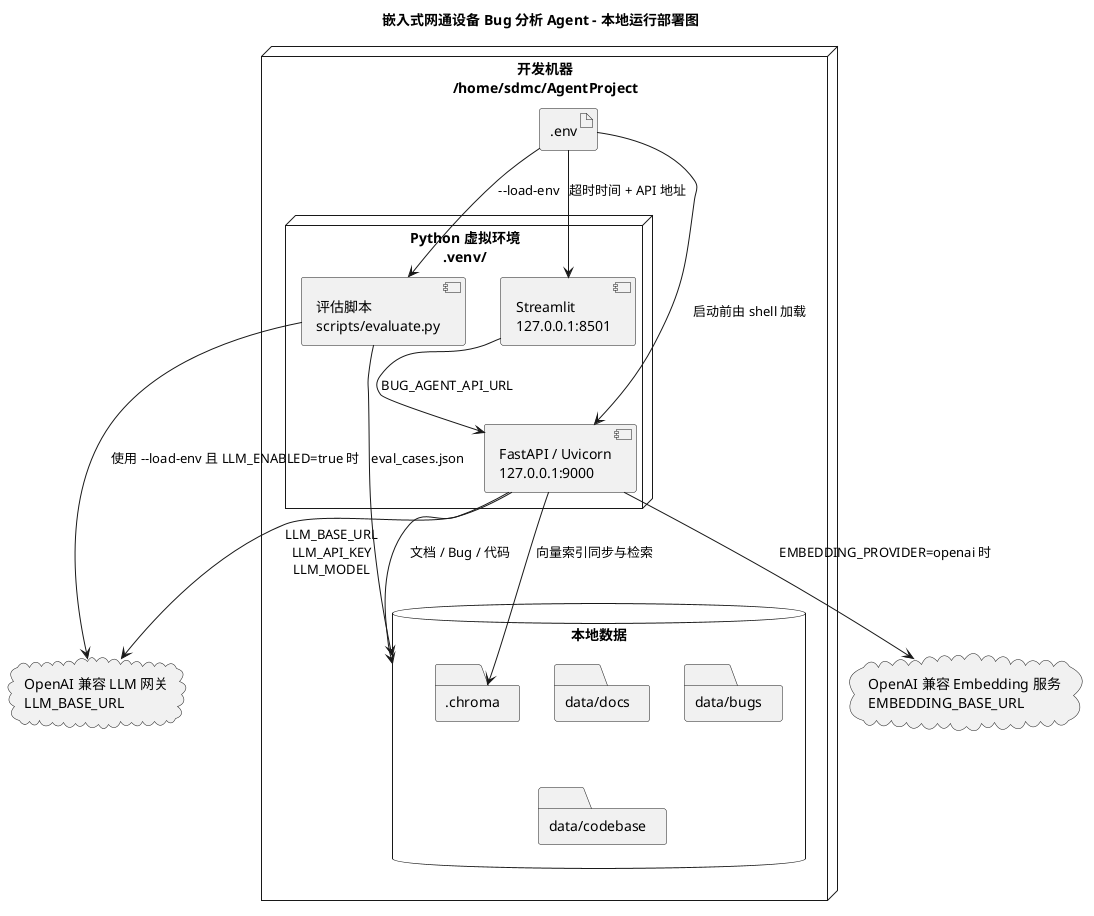
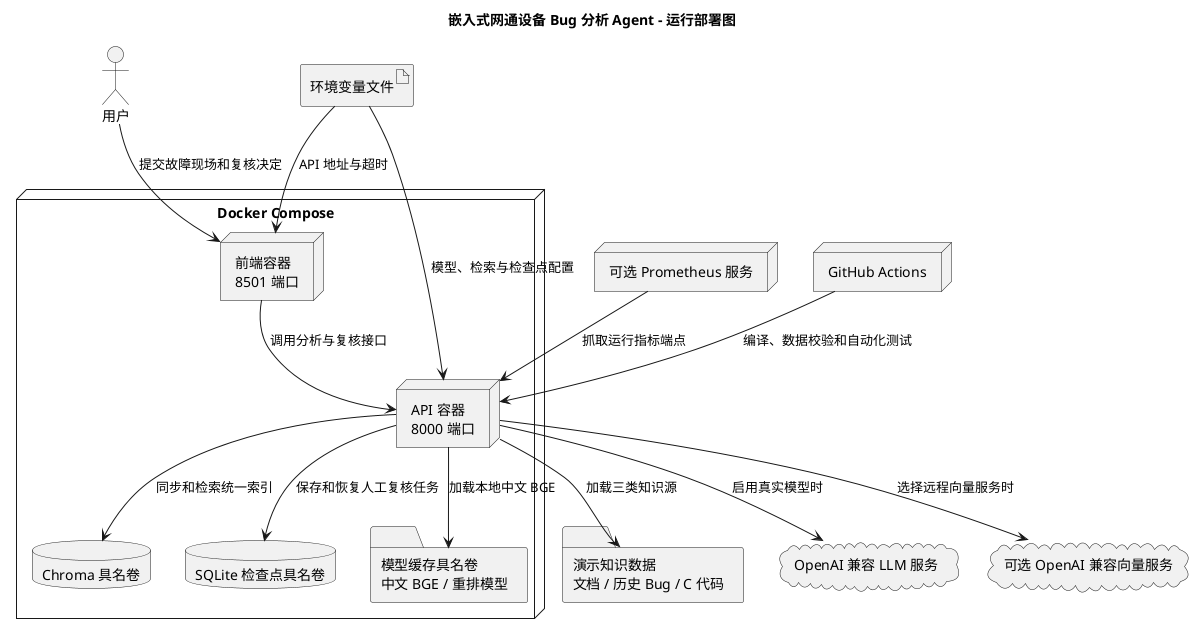
@startuml
- title 嵌入式网通设备 Bug 分析 Agent - 本地运行部署图
+ title 嵌入式网通设备 Bug 分析 Agent - 运行部署图

skinparam shadowing false
skinparam nodeStyle rectangle

- node "开发机器\n/home/sdmc/AgentProject" as Host {
-   artifact ".env" as Env
-   node "Python 虚拟环境\n.venv/" as Venv {
-     component "FastAPI / Uvicorn\n127.0.0.1:9000" as API
-     component "Streamlit\n127.0.0.1:8501" as UI
-     component "评估脚本\nscripts/evaluate.py" as Eval
-   }
+ actor "用户" as User
+ node "Docker Compose" as Compose {
+   node "API 容器\n8000 端口" as API
+   node "前端容器\n8501 端口" as UI
+   database "Chroma 具名卷" as Chroma
+   database "SQLite 检查点具名卷" as Checkpoint
+   folder "模型缓存具名卷\n中文 BGE / 重排模型" as Cache
+ }
+ folder "演示知识数据\n文档 / 历史 Bug / C 代码" as Data
+ artifact "环境变量文件" as Env
+ cloud "OpenAI 兼容 LLM 服务" as LLM
+ cloud "可选 OpenAI 兼容向量服务" as RemoteEmbedding
+ node "可选 Prometheus 服务" as Prometheus
+ node "GitHub Actions" as CI

-   database "本地数据" as Data {
-     folder "data/docs" as Docs
-     folder "data/bugs" as Bugs
-     folder "data/codebase" as Code
-     folder ".chroma" as Chroma
-   }
- }
- 
- cloud "OpenAI 兼容 LLM 网关\nLLM_BASE_URL" as Gateway
- cloud "OpenAI 兼容 Embedding 服务\nEMBEDDING_BASE_URL" as EmbeddingGateway
- 
- UI --> API : BUG_AGENT_API_URL
- API --> Gateway : LLM_BASE_URL\nLLM_API_KEY\nLLM_MODEL
- API --> EmbeddingGateway : EMBEDDING_PROVIDER=openai 时
- API --> Chroma : 向量索引同步与检索
- Eval --> Gateway : 使用 --load-env 且 LLM_ENABLED=true 时
- API --> Data : 文档 / Bug / 代码
- Eval --> Data : eval_cases.json
- Env --> API : 启动前由 shell 加载
- Env --> UI : 超时时间 + API 地址
- Env --> Eval : --load-env
- 
+ User --> UI : 提交故障现场和复核决定
+ UI --> API : 调用分析与复核接口
+ API --> Data : 加载三类知识源
+ API --> Chroma : 同步和检索统一索引
+ API --> Checkpoint : 保存和恢复人工复核任务
+ API --> Cache : 加载本地中文 BGE
+ API --> LLM : 启用真实模型时
+ API --> RemoteEmbedding : 选择远程向量服务时
+ Env --> API : 模型、检索与检查点配置
+ Env --> UI : API 地址与超时
+ Prometheus --> API : 抓取运行指标端点
+ CI --> API : 编译、数据校验和自动化测试
@enduml
